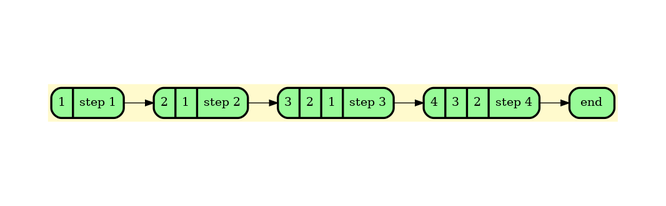
BulgakovDmitry/LFU_cache keeps this Graphviz diagram as graphDump/dump.png. Above is the earlier version. Its source is kept beside it as graphDump/dump.gv.
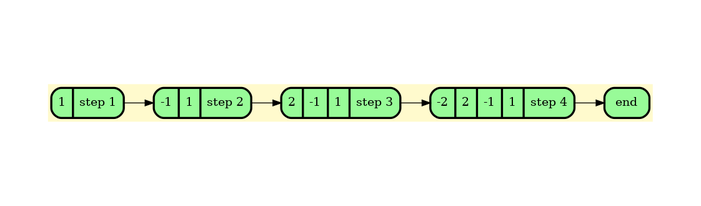
The same file after the commit.

Diff of the diagram source:
```diff
@@ -5,9 +5,9 @@
     bgcolor="lemonchiffon";
 
 	node_0 [shape=Mrecord; style = filled; fillcolor = palegreen;color = "#000000"; fontcolor = "#000000";  label=" {1 | step 1} "];
-	node_1 [shape=Mrecord; style = filled; fillcolor = palegreen;color = "#000000"; fontcolor = "#000000";  label=" {2 | 1 | step 2} "];
-	node_2 [shape=Mrecord; style = filled; fillcolor = palegreen;color = "#000000"; fontcolor = "#000000";  label=" {3 | 2 | 1 | step 3} "];
-	node_3 [shape=Mrecord; style = filled; fillcolor = palegreen;color = "#000000"; fontcolor = "#000000";  label=" {4 | 3 | 2 | step 4} "];
+	node_1 [shape=Mrecord; style = filled; fillcolor = palegreen;color = "#000000"; fontcolor = "#000000";  label=" {-1 | 1 | step 2} "];
+	node_2 [shape=Mrecord; style = filled; fillcolor = palegreen;color = "#000000"; fontcolor = "#000000";  label=" {2 | -1 | 1 | step 3} "];
+	node_3 [shape=Mrecord; style = filled; fillcolor = palegreen;color = "#000000"; fontcolor = "#000000";  label=" {-2 | 2 | -1 | 1 | step 4} "];
 	node_4 [shape=Mrecord; style = filled; fillcolor = palegreen;color = "#000000"; fontcolor = "#000000";  label=" { end }"];
 
 	node_0 -> node_1
```
